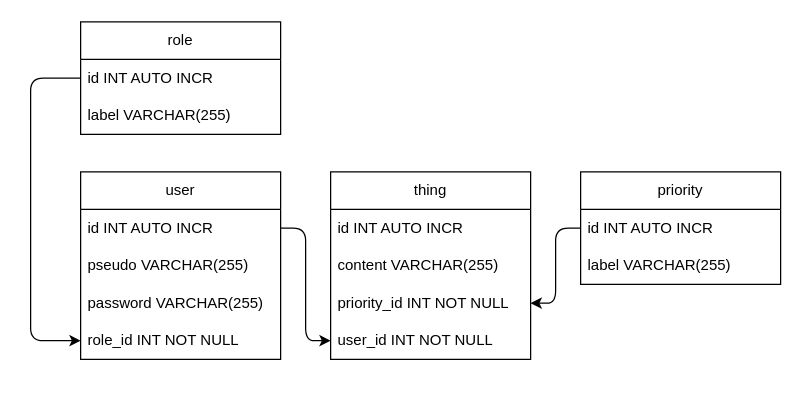
This is client/public/prod/mpd.dio from marcoRojouan/checkpoint-4-todolist, a draw.io file, before an edit. Source tidied: cells renumbered, new cells numbered last; positions are measured from the earlier drawing's top-left corner, leaving out a move shared by most shapes. Both pictures are drawn from the tidied source at 125%, with x=0, y=0 at pixel (30, 21).
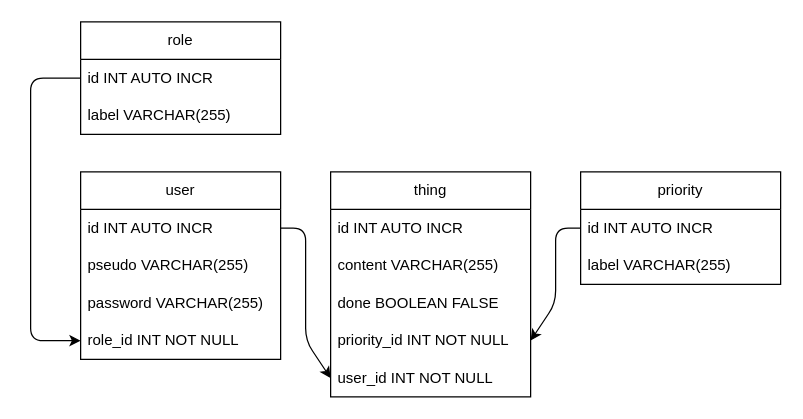
After the change.

Commit message (it also covers changes not shown here):
feat: schema sql and connection to db

Change to the diagram source:
```diff
@@
     <mxCell id="11" value="thing" style="swimlane;fontStyle=0;horizontal=1;startSize=30;whiteSpace=wrap;html=1;" parent="1" vertex="1">
-      <mxGeometry x="240" y="120" width="160" height="150" as="geometry" />
+      <mxGeometry x="240" y="120" width="160" height="180" as="geometry" />
     </mxCell>
@@
+    <mxCell id="21" value="done BOOLEAN FALSE&amp;nbsp;" style="text;strokeColor=none;fillColor=none;align=left;verticalAlign=middle;spacingLeft=4;spacingRight=4;overflow=hidden;whiteSpace=wrap;html=1;" parent="11" vertex="1">
+      <mxGeometry y="90" width="160" height="30" as="geometry" />
+    </mxCell>
     <mxCell id="14" value="priority_id INT NOT NULL" style="text;strokeColor=none;fillColor=none;align=left;verticalAlign=middle;spacingLeft=4;spacingRight=4;overflow=hidden;points=[[0,0.5],[1,0.5]];portConstraint=eastwest;whiteSpace=wrap;html=1;" parent="11" vertex="1">
-      <mxGeometry y="90" width="160" height="30" as="geometry" />
+      <mxGeometry y="120" width="160" height="30" as="geometry" />
     </mxCell>
     <mxCell id="15" value="user_id INT NOT NULL" style="text;strokeColor=none;fillColor=none;align=left;verticalAlign=middle;spacingLeft=4;spacingRight=4;overflow=hidden;points=[[0,0.5],[1,0.5]];portConstraint=eastwest;whiteSpace=wrap;html=1;" parent="11" vertex="1">
-      <mxGeometry y="120" width="160" height="30" as="geometry" />
+      <mxGeometry y="150" width="160" height="30" as="geometry" />
     </mxCell>
```
